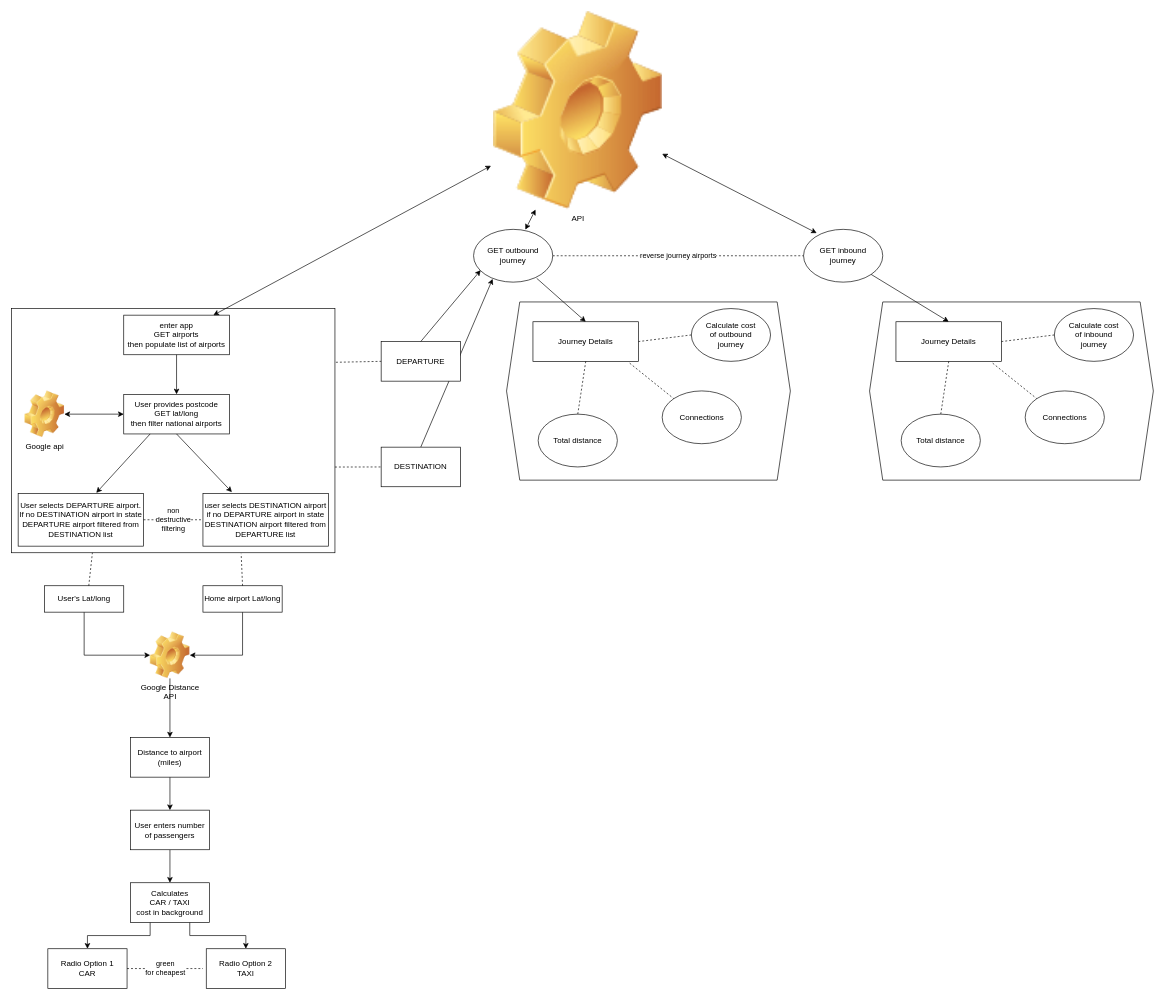
akin-fagbohun/journey-calculator keeps this draw.io diagram as design-diagram.drawio. Above is the earlier version. Source tidied: cells renumbered, new cells numbered last; positions are measured from the earlier drawing's top-left corner, leaving out a move shared by most shapes. Both pictures are drawn from the tidied source at 66%, with x=0, y=0 at pixel (11, 11).
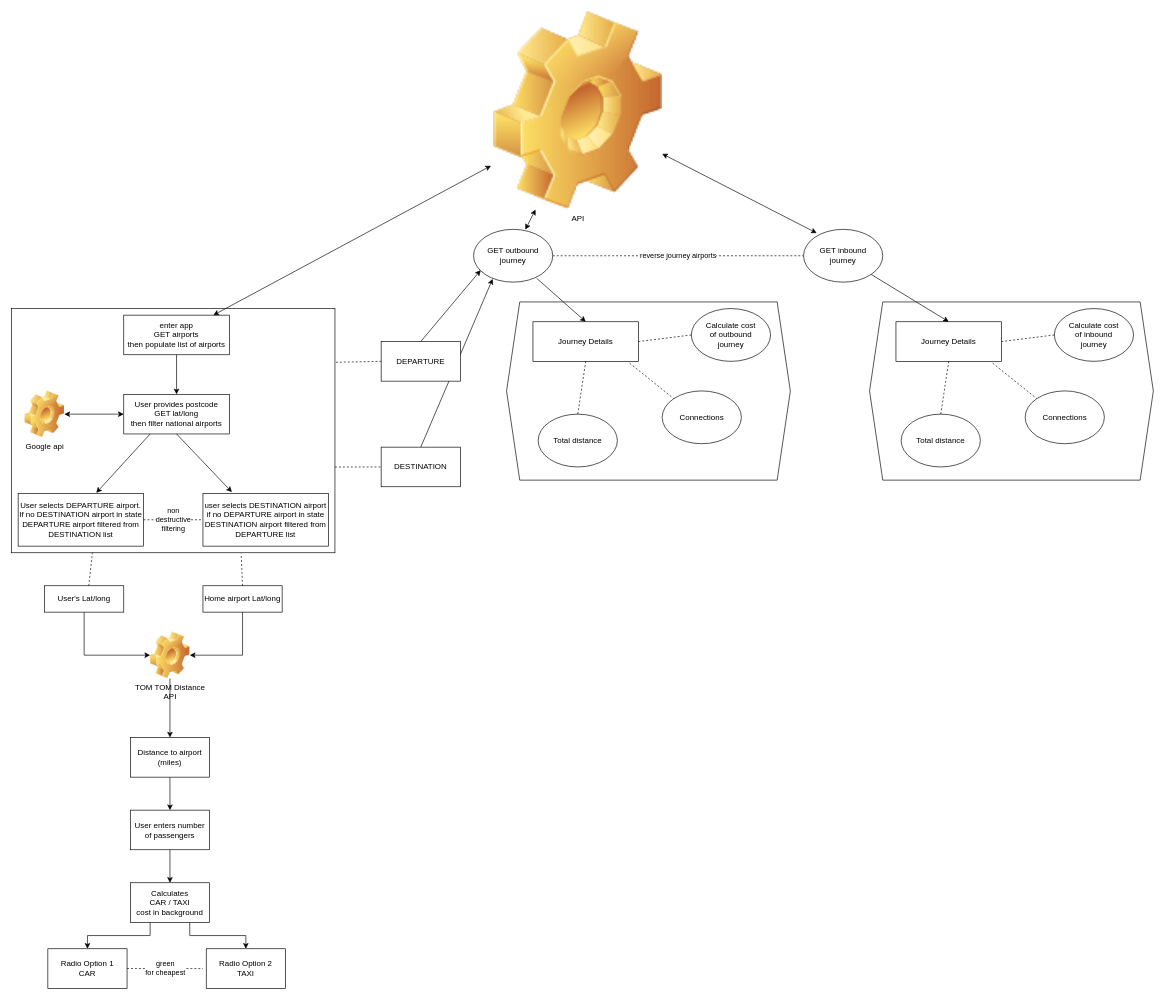
After the change.

The edit, as a diff of the source:
```diff
@@
-    <mxCell id="18" value="Google Distance&lt;br&gt;API" style="shape=image;html=1;verticalLabelPosition=bottom;verticalAlign=top;imageAspect=1;image=img/clipart/Gear_128x128.png;" parent="1" vertex="1">
+    <mxCell id="18" value="TOM TOM Distance&lt;br&gt;API" style="shape=image;html=1;verticalLabelPosition=bottom;verticalAlign=top;imageAspect=1;image=img/clipart/Gear_128x128.png;" parent="1" vertex="1">
       <mxGeometry x="210" y="940" width="60" height="70.4" as="geometry" />
     </mxCell>
```
